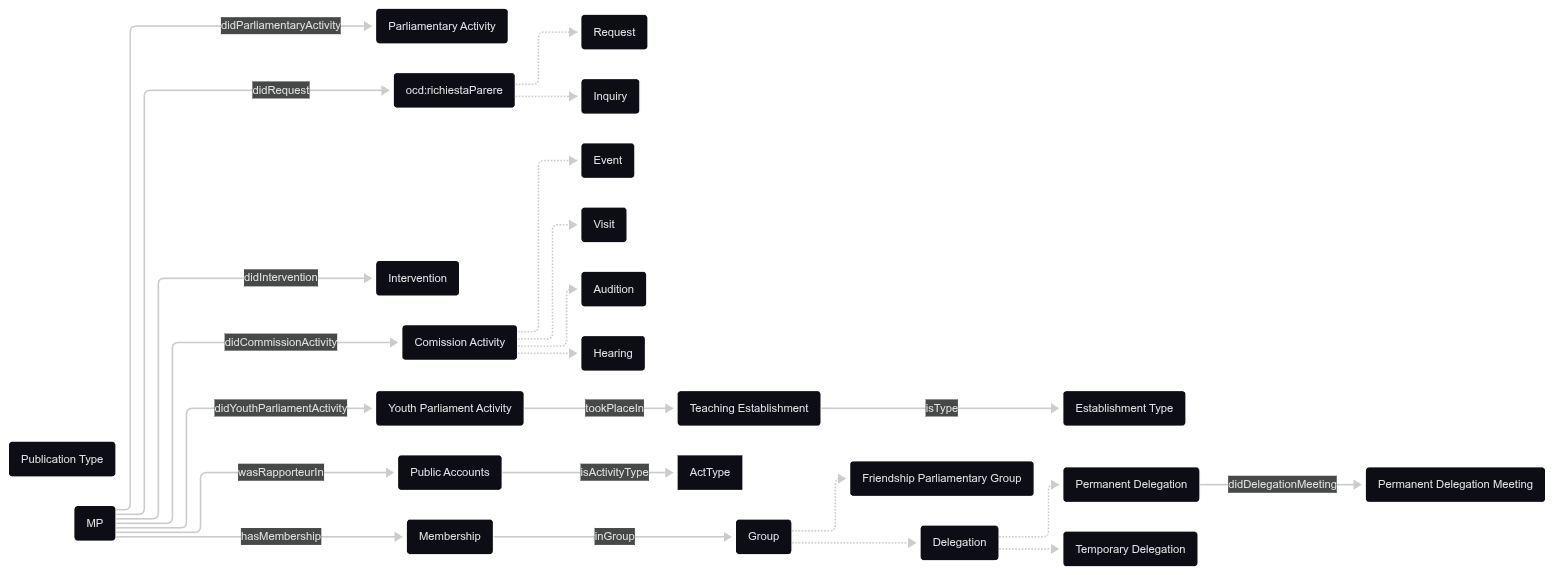
The Mermaid diagram OpenDataGOV-AP/DataModel/mp-activity/mp-activity.png in politrackpt/ontologies, before a commit. Its source is kept beside it as OpenDataGOV-AP/DataModel/mp-activity/mp-activity.mermaid.
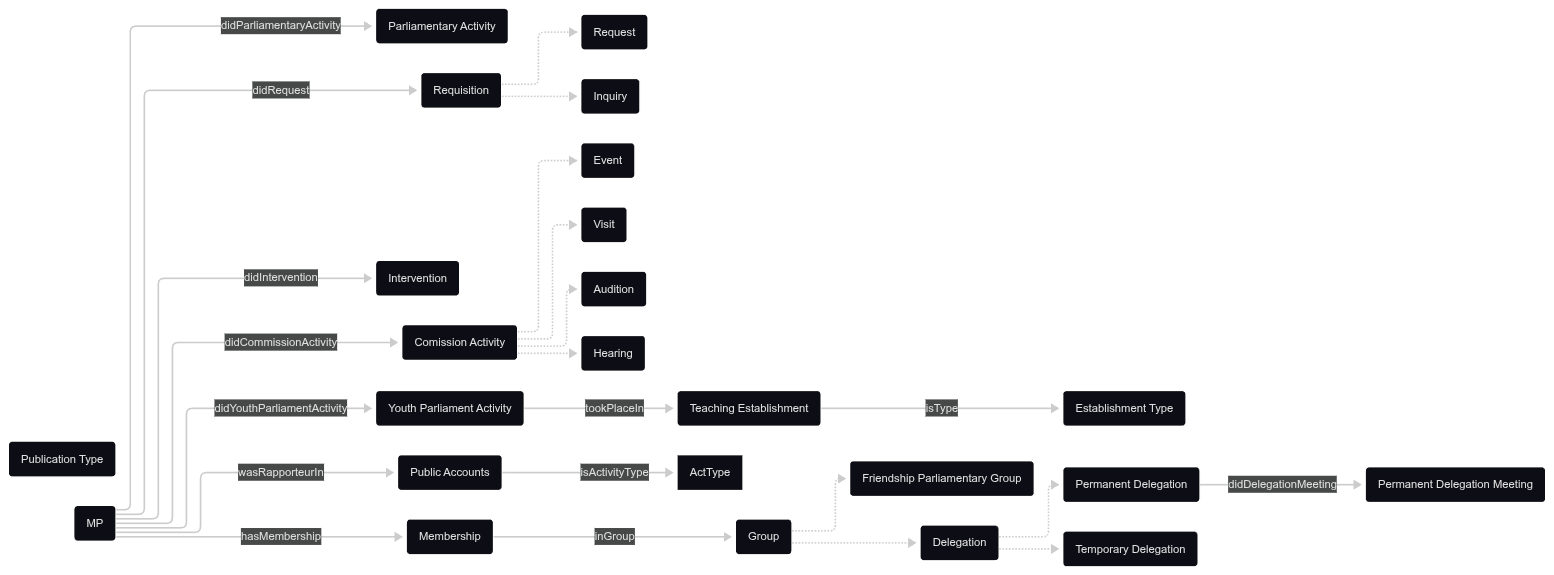
The same diagram one commit later.

Commit message:
AP: change ocd:richiestaParere name to Requisition

Diff of the diagram source:
```diff
@@ -4,7 +4,7 @@
 ---
 flowchart LR
     MP("MP")
-    Req("ocd:richiestaParere")
+    Req("Requisition")
     ReqReq("Request")
     Inq("Inquiry")
     Interv("Intervention")
```
